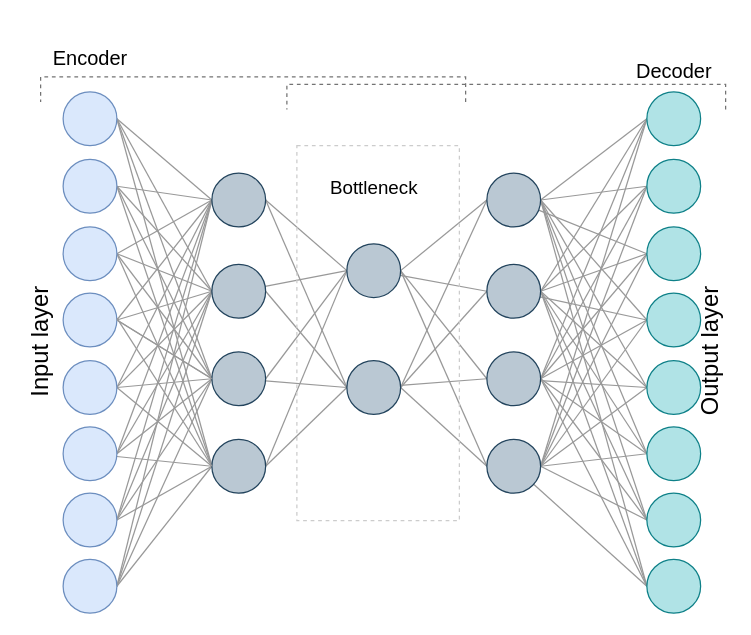
Above: images/AE.drawio in WindyCatHub/Journey-to-Data-Science (draw.io), before the change. Source tidied: cells renumbered, new cells numbered last; positions are measured from the earlier drawing's top-left corner, leaving out a move shared by most shapes. Both pictures are drawn from the tidied source at 125%, with x=0, y=0 at pixel (-29, -124).
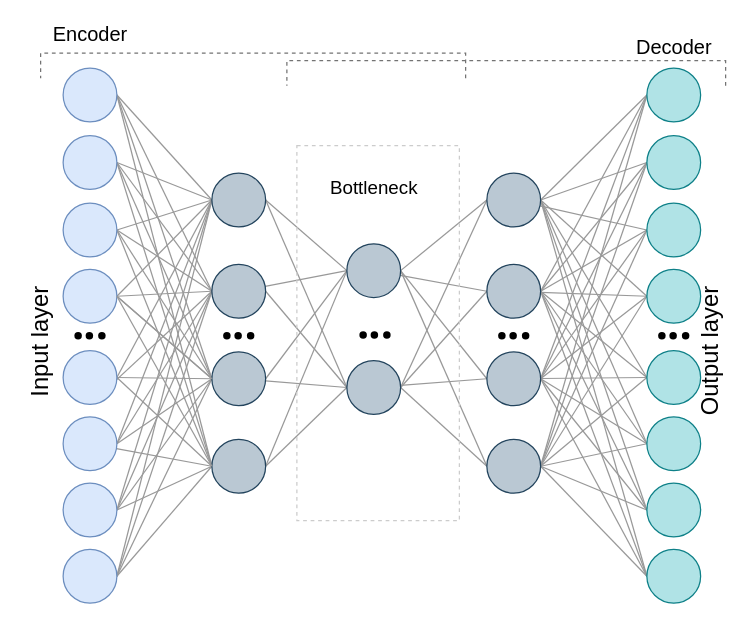
The same diagram, later.

Unchanged cells that the change refers to:
```xml
<mxCell id="51" style="ellipse;whiteSpace=wrap;html=1;fillColor=#bac8d3;strokeColor=#23445d;" parent="1" vertex="1">
  <mxGeometry x="192" y="450" width="43" height="43" as="geometry" />
</mxCell>
<mxCell id="97" style="ellipse;whiteSpace=wrap;html=1;fillColor=#bac8d3;strokeColor=#23445d;" parent="1" vertex="1">
  <mxGeometry x="412" y="450" width="43" height="43" as="geometry" />
</mxCell>
```

The edit, as a diff of the source:
```diff
@@
     <mxCell id="6" style="ellipse;whiteSpace=wrap;html=1;fillColor=#dae8fc;strokeColor=#6c8ebf;" parent="1" vertex="1">
-      <mxGeometry x="73" y="172" width="43" height="43" as="geometry" />
+      <mxGeometry x="73" y="153" width="43" height="43" as="geometry" />
     </mxCell>
@@
     <mxCell id="11" style="ellipse;whiteSpace=wrap;html=1;fillColor=#dae8fc;strokeColor=#6c8ebf;" parent="1" vertex="1">
-      <mxGeometry x="73" y="226" width="43" height="43" as="geometry" />
+      <mxGeometry x="73" y="207" width="43" height="43" as="geometry" />
     </mxCell>
@@
     <mxCell id="16" style="ellipse;whiteSpace=wrap;html=1;fillColor=#dae8fc;strokeColor=#6c8ebf;" parent="1" vertex="1">
-      <mxGeometry x="73" y="280" width="43" height="43" as="geometry" />
+      <mxGeometry x="73" y="261" width="43" height="43" as="geometry" />
     </mxCell>
@@
     <mxCell id="20" style="ellipse;whiteSpace=wrap;html=1;fillColor=#dae8fc;strokeColor=#6c8ebf;" parent="1" vertex="1">
-      <mxGeometry x="73" y="333" width="43" height="43" as="geometry" />
+      <mxGeometry x="73" y="314" width="43" height="43" as="geometry" />
     </mxCell>
@@
     <mxCell id="25" style="ellipse;whiteSpace=wrap;html=1;fillColor=#dae8fc;strokeColor=#6c8ebf;direction=south;" parent="1" vertex="1">
-      <mxGeometry x="73" y="387" width="43" height="43" as="geometry" />
+      <mxGeometry x="73" y="379" width="43" height="43" as="geometry" />
     </mxCell>
@@
     <mxCell id="30" style="ellipse;whiteSpace=wrap;html=1;fillColor=#dae8fc;strokeColor=#6c8ebf;" parent="1" vertex="1">
-      <mxGeometry x="73" y="440" width="43" height="43" as="geometry" />
+      <mxGeometry x="73" y="432" width="43" height="43" as="geometry" />
     </mxCell>
@@
     <mxCell id="35" style="ellipse;whiteSpace=wrap;html=1;fillColor=#dae8fc;strokeColor=#6c8ebf;" parent="1" vertex="1">
-      <mxGeometry x="73" y="493" width="43" height="43" as="geometry" />
+      <mxGeometry x="73" y="485" width="43" height="43" as="geometry" />
     </mxCell>
@@
     <mxCell id="40" style="ellipse;whiteSpace=wrap;html=1;fillColor=#dae8fc;strokeColor=#6c8ebf;" parent="1" vertex="1">
-      <mxGeometry x="73" y="546" width="43" height="43" as="geometry" />
+      <mxGeometry x="73" y="538" width="43" height="43" as="geometry" />
     </mxCell>
@@
-    <mxCell id="94" style="edgeStyle=none;rounded=0;jumpSize=6;jettySize=auto;html=1;strokeColor=#999999;strokeWidth=1;endArrow=none;endFill=0;entryX=0;entryY=0.5;entryDx=0;entryDy=0;" parent="1" edge="1" source="97" target="105">
+    <mxCell id="94" style="edgeStyle=none;rounded=0;jumpSize=6;jettySize=auto;html=1;strokeColor=#999999;strokeWidth=1;endArrow=none;endFill=0;entryX=0;entryY=0.5;entryDx=0;entryDy=0;exitX=1;exitY=0.5;exitDx=0;exitDy=0;" parent="1" edge="1" source="97" target="105">
       <mxGeometry relative="1" as="geometry" />
     </mxCell>
@@
     <mxCell id="98" style="ellipse;whiteSpace=wrap;html=1;fillColor=#b0e3e6;strokeColor=#0e8088;" parent="1" vertex="1">
-      <mxGeometry x="540" y="172" width="43" height="43" as="geometry" />
+      <mxGeometry x="540" y="153" width="43" height="43" as="geometry" />
     </mxCell>
     <mxCell id="99" style="ellipse;whiteSpace=wrap;html=1;fillColor=#b0e3e6;strokeColor=#0e8088;" parent="1" vertex="1">
-      <mxGeometry x="540" y="226" width="43" height="43" as="geometry" />
+      <mxGeometry x="540" y="207" width="43" height="43" as="geometry" />
     </mxCell>
     <mxCell id="100" style="ellipse;whiteSpace=wrap;html=1;fillColor=#b0e3e6;strokeColor=#0e8088;" parent="1" vertex="1">
-      <mxGeometry x="540" y="280" width="43" height="43" as="geometry" />
+      <mxGeometry x="540" y="261" width="43" height="43" as="geometry" />
     </mxCell>
     <mxCell id="101" style="ellipse;whiteSpace=wrap;html=1;fillColor=#b0e3e6;strokeColor=#0e8088;" parent="1" vertex="1">
-      <mxGeometry x="540" y="333" width="43" height="43" as="geometry" />
+      <mxGeometry x="540" y="314" width="43" height="43" as="geometry" />
     </mxCell>
     <mxCell id="102" style="ellipse;whiteSpace=wrap;html=1;fillColor=#b0e3e6;strokeColor=#0e8088;" parent="1" vertex="1">
-      <mxGeometry x="540" y="387" width="43" height="43" as="geometry" />
+      <mxGeometry x="540" y="379" width="43" height="43" as="geometry" />
     </mxCell>
     <mxCell id="103" style="ellipse;whiteSpace=wrap;html=1;fillColor=#b0e3e6;strokeColor=#0e8088;" parent="1" vertex="1">
-      <mxGeometry x="540" y="440" width="43" height="43" as="geometry" />
+      <mxGeometry x="540" y="432" width="43" height="43" as="geometry" />
     </mxCell>
     <mxCell id="104" style="ellipse;whiteSpace=wrap;html=1;fillColor=#b0e3e6;strokeColor=#0e8088;" parent="1" vertex="1">
-      <mxGeometry x="540" y="493" width="43" height="43" as="geometry" />
+      <mxGeometry x="540" y="485" width="43" height="43" as="geometry" />
     </mxCell>
     <mxCell id="105" style="ellipse;whiteSpace=wrap;html=1;fillColor=#b0e3e6;strokeColor=#0e8088;" parent="1" vertex="1">
-      <mxGeometry x="540" y="546" width="43" height="43" as="geometry" />
+      <mxGeometry x="540" y="538" width="43" height="43" as="geometry" />
     </mxCell>
@@
     <mxCell id="110" style="strokeWidth=1;html=1;shape=mxgraph.flowchart.annotation_1;align=left;dashed=1;strokeColor=#737373;fontSize=10;fillColor=none;rotation=90;" parent="1" vertex="1">
-      <mxGeometry x="215" width="20" height="340" as="geometry" />
+      <mxGeometry x="215" y="-19" width="20" height="340" as="geometry" />
     </mxCell>
     <mxCell id="111" value="Encoder" style="text;html=1;strokeColor=none;fillColor=none;align=center;verticalAlign=middle;whiteSpace=wrap;rounded=0;dashed=1;strokeWidth=1;fontSize=16;" parent="1" vertex="1">
-      <mxGeometry x="64.5" y="135" width="60" height="20" as="geometry" />
+      <mxGeometry x="64.5" y="116" width="60" height="20" as="geometry" />
     </mxCell>
     <mxCell id="112" value="Decoder" style="text;html=1;strokeColor=none;fillColor=none;align=center;verticalAlign=middle;whiteSpace=wrap;rounded=0;dashed=1;strokeWidth=1;fontSize=16;" parent="1" vertex="1">
-      <mxGeometry x="531.5" y="145" width="60" height="20" as="geometry" />
+      <mxGeometry x="531.5" y="126" width="60" height="20" as="geometry" />
     </mxCell>
     <mxCell id="113" style="strokeWidth=1;html=1;shape=mxgraph.flowchart.annotation_1;align=left;dashed=1;strokeColor=#737373;fontSize=10;fillColor=none;rotation=90;" parent="1" vertex="1">
-      <mxGeometry x="417.5" y="0.5" width="20" height="351" as="geometry" />
+      <mxGeometry x="417.5" y="-18.5" width="20" height="351" as="geometry" />
     </mxCell>
@@
-    <mxCell id="116" style="edgeStyle=none;rounded=0;jumpSize=6;jettySize=auto;html=1;entryX=0;entryY=0.5;entryDx=0;entryDy=0;strokeColor=#999999;strokeWidth=1;endArrow=none;endFill=0;exitX=1;exitY=0.5;exitDx=0;exitDy=0;" parent="1" edge="1" target="51">
-      <mxGeometry relative="1" as="geometry">
-        <mxPoint x="116" y="353" as="sourcePoint" />
-      </mxGeometry>
+    <mxCell id="116" style="edgeStyle=none;rounded=0;jumpSize=6;jettySize=auto;html=1;entryX=0;entryY=0.5;entryDx=0;entryDy=0;strokeColor=#999999;strokeWidth=1;endArrow=none;endFill=0;exitX=1;exitY=0.5;exitDx=0;exitDy=0;" parent="1" edge="1" source="20" target="51">
+      <mxGeometry relative="1" as="geometry" />
     </mxCell>
+    <mxCell id="117" style="group;" parent="1" vertex="1">
+      <mxGeometry x="293" y="346.5" width="59" height="40" as="geometry" />
+    </mxCell>
+    <mxCell id="118" style="shape=waypoint;sketch=0;fillStyle=solid;size=6;fillColor=none;perimeter=centerPerimeter;" parent="117" vertex="1">
+      <mxGeometry x="19" width="40" height="40" as="geometry" />
+    </mxCell>
+    <mxCell id="119" style="shape=waypoint;sketch=0;fillStyle=solid;size=6;fillColor=none;perimeter=centerPerimeter;" parent="117" vertex="1">
+      <mxGeometry width="40" height="40" as="geometry" />
+    </mxCell>
+    <mxCell id="120" style="shape=waypoint;sketch=0;fillStyle=solid;size=6;fillColor=none;perimeter=centerPerimeter;" parent="117" vertex="1">
+      <mxGeometry x="9" width="40" height="40" as="geometry" />
+    </mxCell>
+    <mxCell id="121" style="group;" parent="1" vertex="1">
+      <mxGeometry x="184" y="347" width="59" height="40" as="geometry" />
+    </mxCell>
+    <mxCell id="122" style="shape=waypoint;sketch=0;fillStyle=solid;size=6;fillColor=none;perimeter=centerPerimeter;" parent="121" vertex="1">
+      <mxGeometry x="19" width="40" height="40" as="geometry" />
+    </mxCell>
+    <mxCell id="123" style="shape=waypoint;sketch=0;fillStyle=solid;size=6;fillColor=none;perimeter=centerPerimeter;" parent="121" vertex="1">
+      <mxGeometry width="40" height="40" as="geometry" />
+    </mxCell>
+    <mxCell id="124" style="shape=waypoint;sketch=0;fillStyle=solid;size=6;fillColor=none;perimeter=centerPerimeter;" parent="121" vertex="1">
+      <mxGeometry x="9" width="40" height="40" as="geometry" />
+    </mxCell>
+    <mxCell id="125" style="group;" parent="1" vertex="1">
+      <mxGeometry x="404" y="347" width="59" height="40" as="geometry" />
+    </mxCell>
+    <mxCell id="126" style="shape=waypoint;sketch=0;fillStyle=solid;size=6;fillColor=none;perimeter=centerPerimeter;" parent="125" vertex="1">
+      <mxGeometry x="19" width="40" height="40" as="geometry" />
+    </mxCell>
+    <mxCell id="127" style="shape=waypoint;sketch=0;fillStyle=solid;size=6;fillColor=none;perimeter=centerPerimeter;" parent="125" vertex="1">
+      <mxGeometry width="40" height="40" as="geometry" />
+    </mxCell>
+    <mxCell id="128" style="shape=waypoint;sketch=0;fillStyle=solid;size=6;fillColor=none;perimeter=centerPerimeter;" parent="125" vertex="1">
+      <mxGeometry x="9" width="40" height="40" as="geometry" />
+    </mxCell>
+    <mxCell id="129" style="group;" parent="1" vertex="1">
+      <mxGeometry x="65" y="347" width="59" height="40" as="geometry" />
+    </mxCell>
+    <mxCell id="130" style="shape=waypoint;sketch=0;fillStyle=solid;size=6;fillColor=none;perimeter=centerPerimeter;" parent="129" vertex="1">
+      <mxGeometry x="19" width="40" height="40" as="geometry" />
+    </mxCell>
+    <mxCell id="131" style="shape=waypoint;sketch=0;fillStyle=solid;size=6;fillColor=none;perimeter=centerPerimeter;" parent="129" vertex="1">
+      <mxGeometry width="40" height="40" as="geometry" />
+    </mxCell>
+    <mxCell id="132" style="shape=waypoint;sketch=0;fillStyle=solid;size=6;fillColor=none;perimeter=centerPerimeter;" parent="129" vertex="1">
+      <mxGeometry x="9" width="40" height="40" as="geometry" />
+    </mxCell>
+    <mxCell id="133" style="group;" parent="1" vertex="1">
+      <mxGeometry x="532" y="347" width="59" height="40" as="geometry" />
+    </mxCell>
+    <mxCell id="134" style="shape=waypoint;sketch=0;fillStyle=solid;size=6;fillColor=none;perimeter=centerPerimeter;" parent="133" vertex="1">
+      <mxGeometry x="19" width="40" height="40" as="geometry" />
+    </mxCell>
+    <mxCell id="135" style="shape=waypoint;sketch=0;fillStyle=solid;size=6;fillColor=none;perimeter=centerPerimeter;" parent="133" vertex="1">
+      <mxGeometry width="40" height="40" as="geometry" />
+    </mxCell>
+    <mxCell id="136" style="shape=waypoint;sketch=0;fillStyle=solid;size=6;fillColor=none;perimeter=centerPerimeter;" parent="133" vertex="1">
+      <mxGeometry x="9" width="40" height="40" as="geometry" />
+    </mxCell>
```
